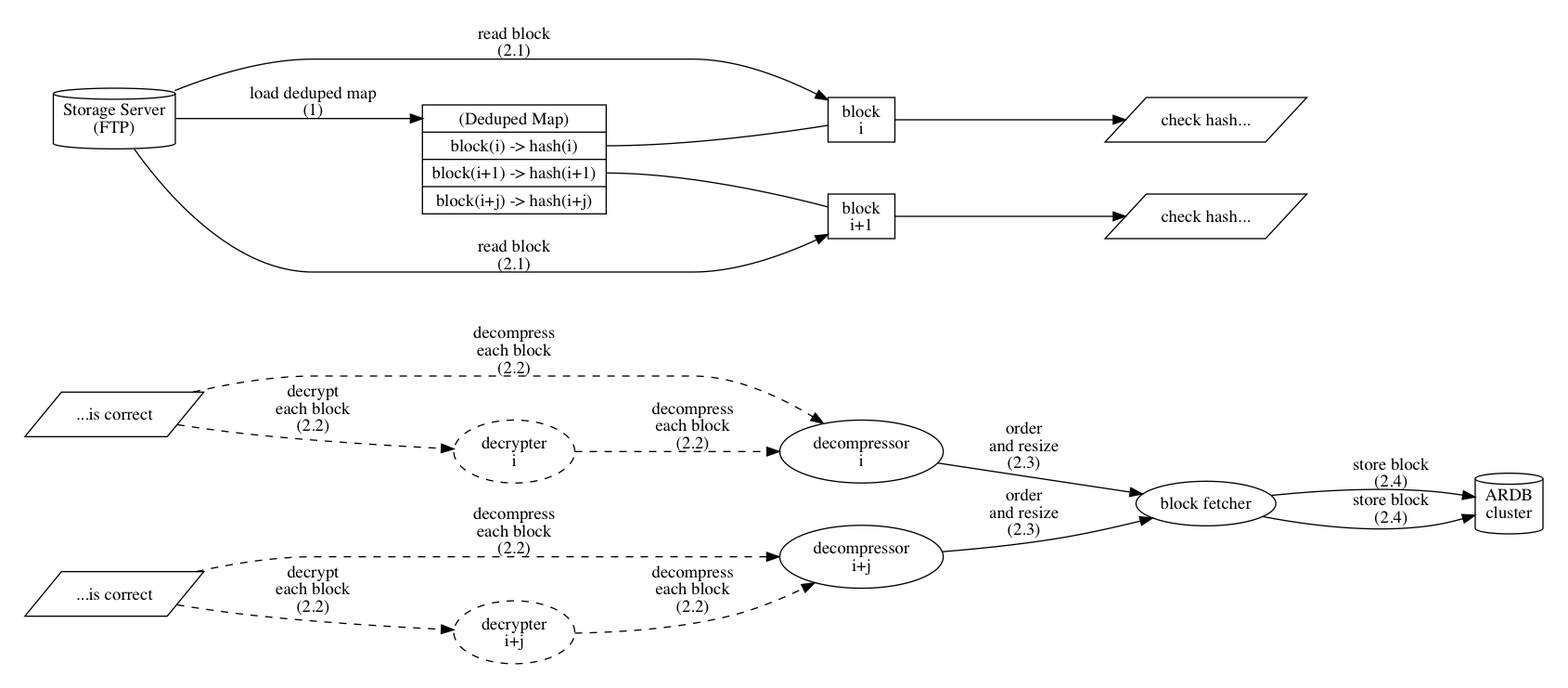
Above: docs/assets/backup_overview_import.png in g8os/EFBD (Graphviz), before the change. Its source is kept beside it as docs/assets/src/backup_overview_import.dot.
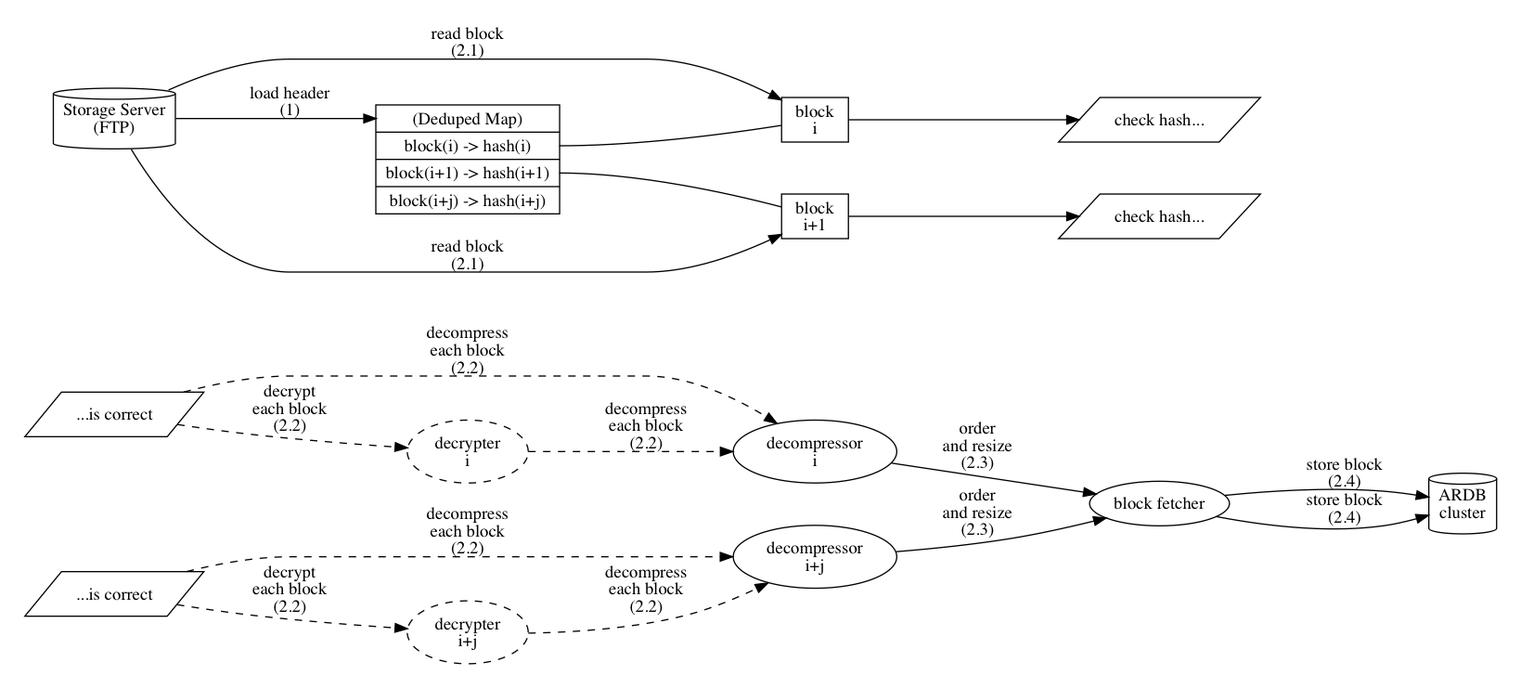
The same diagram one commit later.

Diff of the diagram source:
```diff
@@ -94,7 +94,7 @@
     ]
 
     storageServer -> dedupedMap:t [
-        label = "load deduped map\n(1)"
+        label = "load header\n(1)"
     ]
 
     block2 [
```
